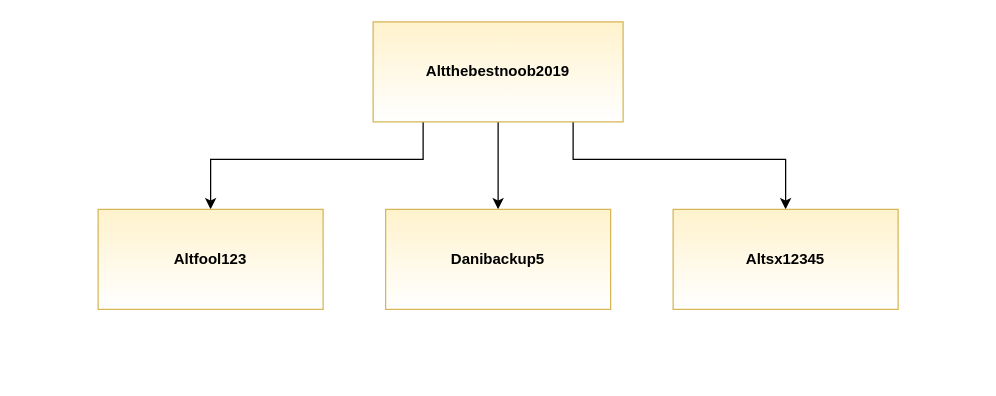
This is BusinessFlowchart3.drawio from dbarif/Diagrams.netd_b, a draw.io file, before an edit. Source tidied: cells renumbered, new cells numbered last; positions are measured from the earlier drawing's top-left corner, leaving out a move shared by most shapes. Both pictures are drawn from the tidied source at 125%, with x=0, y=0 at pixel (98, 21).
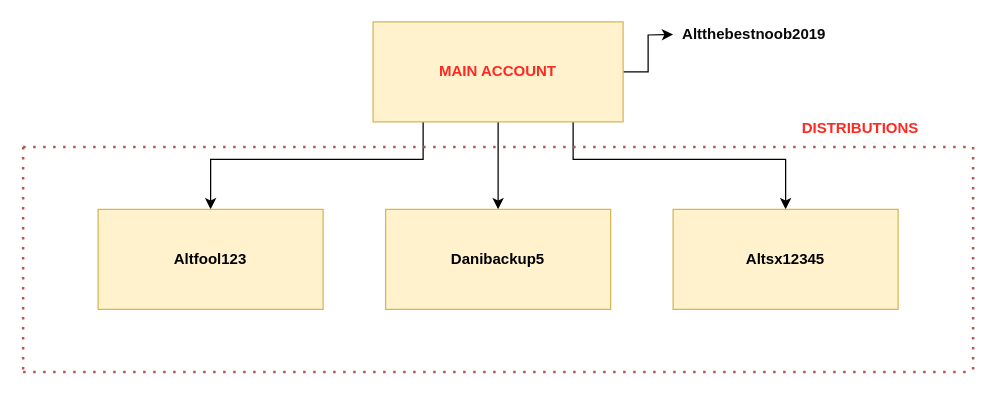
The same page after the edit.

What changed in the source:
```diff
@@
+    <mxCell id="9" style="edgeStyle=orthogonalEdgeStyle;rounded=0;jettySize=auto;html=1;" parent="1" edge="1" source="5">
+      <mxGeometry relative="1" as="geometry">
+        <mxPoint x="460" y="10" as="targetPoint" />
+      </mxGeometry>
+    </mxCell>
-    <mxCell id="5" value="Altthebestnoob2019" style="rounded=0;whiteSpace=wrap;html=1;fontSize=12;glass=0;strokeWidth=1;shadow=0;fontStyle=1;strokeColor=#d6b656;align=center;verticalAlign=middle;fontFamily=Helvetica;fontColor=default;fillColor=#fff2cc;gradientColor=#FFFFFF;" parent="1" vertex="1">
+    <mxCell id="5" value="&lt;font color=&quot;#ff2921&quot;&gt;MAIN ACCOUNT&lt;/font&gt;" style="rounded=0;whiteSpace=wrap;html=1;fontSize=12;glass=0;strokeWidth=1;shadow=0;fontStyle=1;strokeColor=#d6b656;align=center;verticalAlign=middle;fontFamily=Helvetica;fillColor=#fff2cc;" parent="1" vertex="1">
       <mxGeometry x="220" width="200" height="80" as="geometry" />
     </mxCell>
-    <mxCell id="6" value="Altfool123" style="rounded=0;whiteSpace=wrap;html=1;shadow=0;glass=0;strokeColor=#d6b656;strokeWidth=1;align=center;verticalAlign=middle;fontFamily=Helvetica;fontSize=12;fontColor=default;fontStyle=1;fillColor=#fff2cc;gradientColor=#FFFFFF;" parent="1" vertex="1">
+    <mxCell id="6" value="Altfool123" style="rounded=0;whiteSpace=wrap;html=1;shadow=0;glass=0;strokeColor=#d6b656;strokeWidth=1;align=center;verticalAlign=middle;fontFamily=Helvetica;fontSize=12;fontStyle=1;fillColor=#fff2cc;" parent="1" vertex="1">
       <mxGeometry y="150" width="180" height="80" as="geometry" />
     </mxCell>
-    <mxCell id="7" value="Danibackup5" style="rounded=0;whiteSpace=wrap;html=1;shadow=0;glass=0;strokeColor=#d6b656;strokeWidth=1;align=center;verticalAlign=middle;fontFamily=Helvetica;fontSize=12;fontColor=default;fontStyle=1;fillColor=#fff2cc;gradientColor=#FFFFFF;" parent="1" vertex="1">
+    <mxCell id="7" value="Danibackup5" style="rounded=0;whiteSpace=wrap;html=1;shadow=0;glass=0;strokeColor=#d6b656;strokeWidth=1;align=center;verticalAlign=middle;fontFamily=Helvetica;fontSize=12;fontStyle=1;fillColor=#fff2cc;" parent="1" vertex="1">
       <mxGeometry x="230" y="150" width="180" height="80" as="geometry" />
     </mxCell>
-    <mxCell id="8" value="Altsx12345" style="rounded=0;whiteSpace=wrap;html=1;shadow=0;glass=0;strokeColor=#d6b656;strokeWidth=1;align=center;verticalAlign=middle;fontFamily=Helvetica;fontSize=12;fontColor=default;fontStyle=1;fillColor=#fff2cc;gradientColor=#FFFFFF;" parent="1" vertex="1">
+    <mxCell id="8" value="Altsx12345" style="rounded=0;whiteSpace=wrap;html=1;shadow=0;glass=0;strokeColor=#d6b656;strokeWidth=1;align=center;verticalAlign=middle;fontFamily=Helvetica;fontSize=12;fontStyle=1;fillColor=#fff2cc;" parent="1" vertex="1">
       <mxGeometry x="460" y="150" width="180" height="80" as="geometry" />
     </mxCell>
+    <mxCell id="10" style="endArrow=none;dashed=1;html=1;dashPattern=1 3;strokeWidth=2;rounded=0;fillColor=#f8cecc;strokeColor=#b85450;" parent="1" edge="1">
+      <mxGeometry relative="1" as="geometry">
+        <mxPoint x="-60" y="100" as="sourcePoint" />
+        <mxPoint x="700" y="100" as="targetPoint" />
+      </mxGeometry>
+    </mxCell>
+    <mxCell id="11" style="endArrow=none;dashed=1;html=1;dashPattern=1 3;strokeWidth=2;rounded=0;fillColor=#f8cecc;strokeColor=#b85450;" parent="1" edge="1">
+      <mxGeometry relative="1" as="geometry">
+        <mxPoint x="-60" y="280" as="sourcePoint" />
+        <mxPoint x="700" y="280" as="targetPoint" />
+      </mxGeometry>
+    </mxCell>
+    <mxCell id="12" style="endArrow=none;dashed=1;html=1;dashPattern=1 3;strokeWidth=2;rounded=0;fillColor=#f8cecc;strokeColor=#b85450;" parent="1" edge="1">
+      <mxGeometry relative="1" as="geometry">
+        <mxPoint x="700" y="100" as="sourcePoint" />
+        <mxPoint x="700" y="280" as="targetPoint" />
+      </mxGeometry>
+    </mxCell>
+    <mxCell id="13" style="endArrow=none;dashed=1;html=1;dashPattern=1 3;strokeWidth=2;rounded=0;fillColor=#f8cecc;strokeColor=#b85450;" parent="1" edge="1">
+      <mxGeometry relative="1" as="geometry">
+        <mxPoint x="-60" y="100" as="sourcePoint" />
+        <mxPoint x="-60" y="280" as="targetPoint" />
+      </mxGeometry>
+    </mxCell>
+    <mxCell id="14" value="&lt;font color=&quot;#ff2921&quot;&gt;&lt;b&gt;DISTRIBUTIONS&lt;/b&gt;&lt;/font&gt;" style="text;html=1;align=center;verticalAlign=middle;whiteSpace=wrap;rounded=0;" parent="1" vertex="1">
+      <mxGeometry x="580" y="70" width="60" height="30" as="geometry" />
+    </mxCell>
+    <mxCell id="15" value="&lt;b style=&quot;&quot;&gt;&lt;font color=&quot;#080808&quot;&gt;Altthebestnoob2019&lt;/font&gt;&lt;/b&gt;" style="text;html=1;align=center;verticalAlign=middle;whiteSpace=wrap;rounded=0;" parent="1" vertex="1">
+      <mxGeometry x="500" width="50" height="20" as="geometry" />
+    </mxCell>
```
